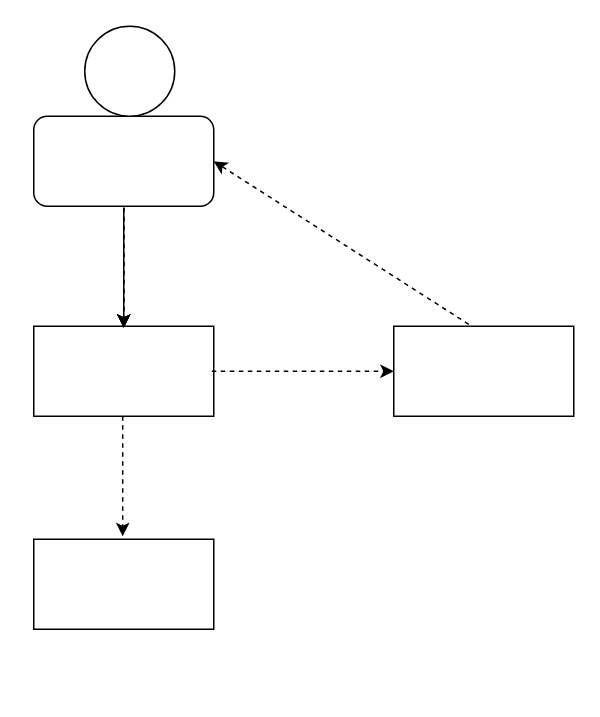
Above: Diagrama de contexto.drawio in jonathanjsp0/BP (draw.io), before the change. Source tidied: cells renumbered, new cells numbered last; positions are measured from the earlier drawing's top-left corner, leaving out a move shared by most shapes. Both pictures are drawn from the tidied source at 150%, with x=0, y=0 at pixel (33, 26).
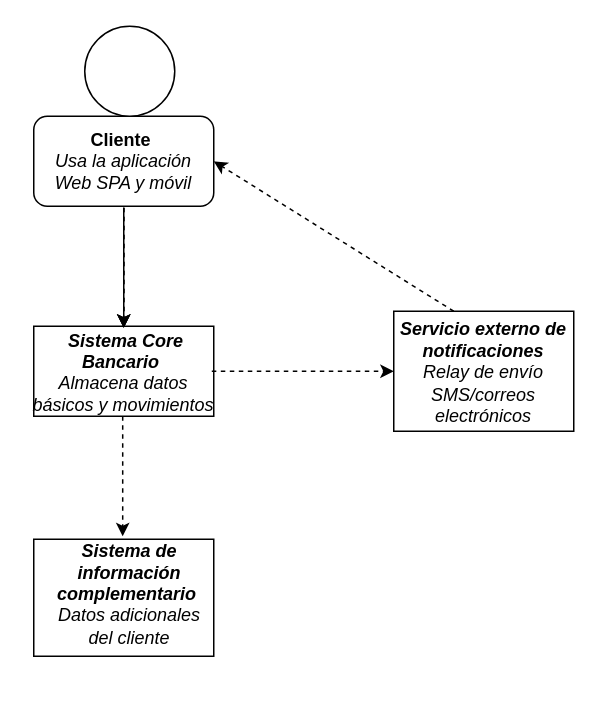
Above is the later version.

Unchanged cells that the change refers to:
```xml
<mxCell id="5" style="rounded=1;whiteSpace=wrap;html=1;" parent="1" vertex="1">
  <mxGeometry y="60" width="120" height="60" as="geometry" />
</mxCell>
```

Change to the diagram source:
```diff
@@
     <mxCell id="3" style="rounded=0;whiteSpace=wrap;html=1;" parent="1" vertex="1">
-      <mxGeometry y="342" width="120" height="60" as="geometry" />
+      <mxGeometry y="342" width="120" height="78" as="geometry" />
     </mxCell>
     <mxCell id="4" style="rounded=0;whiteSpace=wrap;html=1;" parent="1" vertex="1">
-      <mxGeometry x="240" y="200" width="120" height="60" as="geometry" />
+      <mxGeometry x="240" y="190" width="120" height="80" as="geometry" />
     </mxCell>
@@
     <mxCell id="12" style="endArrow=classic;html=1;rounded=0;entryX=1;entryY=0.5;entryDx=0;entryDy=0;strokeColor=default;dashed=1;" parent="1" edge="1" target="5">
       <mxGeometry relative="1" as="geometry">
-        <mxPoint x="290" y="198.7" as="sourcePoint" />
+        <mxPoint x="280" y="190" as="sourcePoint" />
       </mxGeometry>
     </mxCell>
+    <mxCell id="13" value="&lt;font&gt;&lt;b&gt;&lt;span&gt;Cliente&lt;/span&gt;&amp;nbsp;&lt;/b&gt;&lt;/font&gt;&lt;div&gt;&lt;i&gt;Usa la aplicación Web SPA y móvil&lt;/i&gt;&lt;/div&gt;" style="text;strokeColor=none;align=center;fillColor=none;html=1;verticalAlign=middle;whiteSpace=wrap;rounded=0;" parent="1" vertex="1">
+      <mxGeometry x="5" y="67.5" width="110" height="45" as="geometry" />
+    </mxCell>
+    <mxCell id="14" value="&lt;div&gt;&lt;i&gt;&lt;b&gt;&amp;nbsp;Sistema Core Bancario&lt;/b&gt;&amp;nbsp;&lt;/i&gt;&lt;/div&gt;&lt;div&gt;&lt;span&gt;&lt;i&gt;Almacena datos básicos y movimientos&lt;/i&gt;&lt;/span&gt;&lt;/div&gt;&lt;div&gt;&amp;nbsp;&lt;/div&gt;" style="text;strokeColor=none;align=center;fillColor=none;html=1;verticalAlign=middle;whiteSpace=wrap;rounded=0;" parent="1" vertex="1">
+      <mxGeometry x="-5" y="215" width="130" height="45" as="geometry" />
+    </mxCell>
+    <mxCell id="15" value="&lt;div&gt;&lt;i&gt;&lt;b&gt;Sistema de información &lt;/b&gt;&lt;font&gt;&lt;b&gt;complementario&lt;/b&gt;&amp;nbsp;&lt;/font&gt;&lt;/i&gt;&lt;/div&gt;&lt;div&gt;&lt;i&gt;&lt;font&gt;Datos adicionales del cliente&lt;/font&gt;&lt;/i&gt;&lt;/div&gt;&lt;div&gt;&lt;br&gt;&lt;/div&gt;&lt;div&gt;&lt;i&gt;&lt;font&gt;&lt;br&gt;&lt;/font&gt;&lt;/i&gt;&lt;/div&gt;" style="text;strokeColor=none;align=center;fillColor=none;html=1;verticalAlign=middle;whiteSpace=wrap;rounded=0;" parent="1" vertex="1">
+      <mxGeometry x="14" y="370" width="100" height="45" as="geometry" />
+    </mxCell>
+    <mxCell id="16" value="&lt;div&gt;&lt;i&gt;&lt;b&gt;Servicio externo de notificaciones&lt;/b&gt;&lt;/i&gt;&lt;/div&gt;&lt;div&gt;&lt;i style=&quot;background-color: transparent; color: light-dark(rgb(0, 0, 0), rgb(255, 255, 255));&quot;&gt;Relay de envío SMS/correos electrónicos&lt;/i&gt;&lt;/div&gt;&lt;div&gt;&amp;nbsp;&lt;/div&gt;" style="text;strokeColor=none;align=center;fillColor=none;html=1;verticalAlign=middle;whiteSpace=wrap;rounded=0;" parent="1" vertex="1">
+      <mxGeometry x="240" y="212.5" width="120" height="50" as="geometry" />
+    </mxCell>
```
